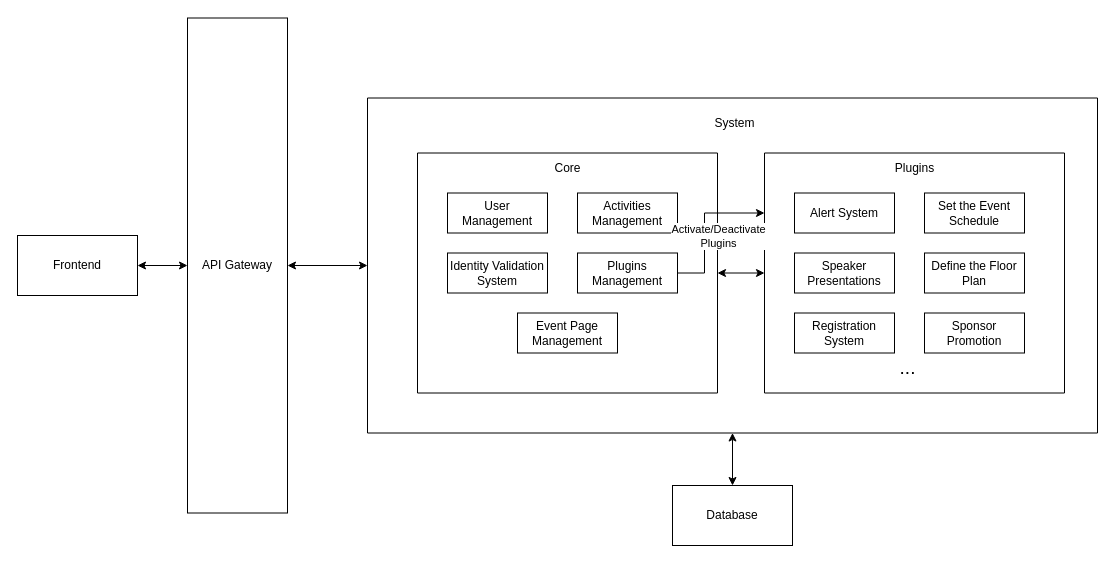
The draw.io diagram page "Arquitetura" (2 of 2) of coffeeBreak.drawio in PI-coffeeBreak/diagrams, before the edit. Source tidied: cells renumbered, new cells numbered last; positions are measured from the earlier drawing's top-left corner, leaving out a move shared by most shapes. Both pictures are drawn from the tidied source at 100%, with x=0, y=0 at pixel (17, 17).
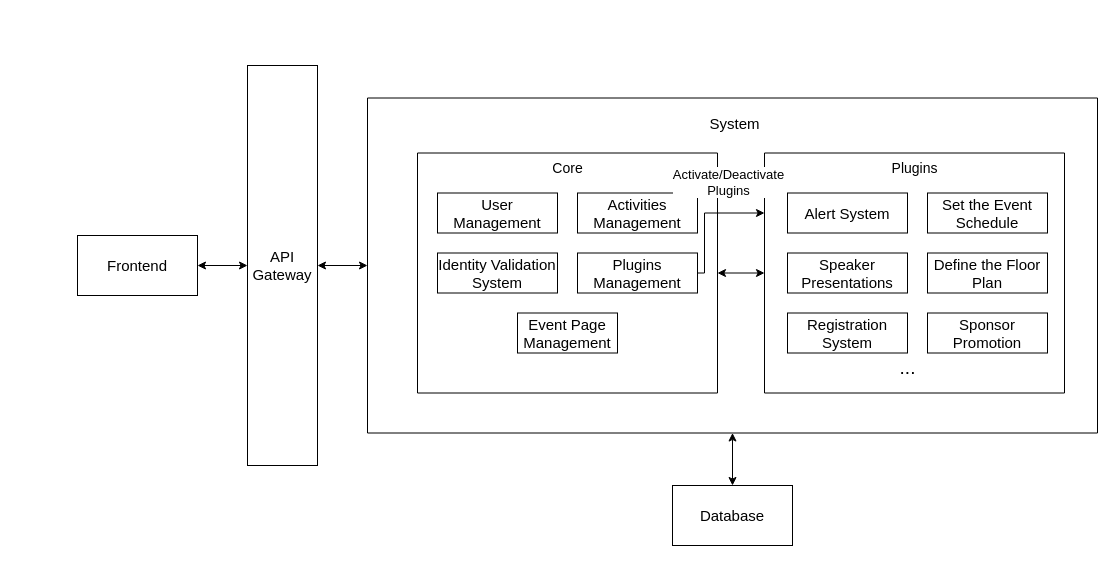
The same diagram, later.

Commit message:
Better readbility in architecture diagram.

The change refers to these unchanged cells:
```xml
<mxCell id="8" style="swimlane;startSize=0;" parent="1" vertex="1">
  <mxGeometry x="350" y="80.5" width="730" height="335" as="geometry" />
</mxCell>
<mxCell id="11" style="swimlane;startSize=0;" parent="8" vertex="1">
  <mxGeometry x="50" y="55" width="300" height="240" as="geometry" />
</mxCell>
<mxCell id="18" style="swimlane;startSize=0;" parent="8" vertex="1">
  <mxGeometry x="397" y="55" width="300" height="240" as="geometry" />
</mxCell>
<mxCell id="26" style="edgeStyle=orthogonalEdgeStyle;rounded=0;jettySize=auto;html=1;exitX=1;exitY=0.5;exitDx=0;exitDy=0;entryX=0;entryY=0.25;entryDx=0;entryDy=0;" parent="8" edge="1" source="16" target="18">
  <mxGeometry relative="1" as="geometry">
    <Array as="points">
      <mxPoint x="337" y="175" />
      <mxPoint x="337" y="115" />
    </Array>
  </mxGeometry>
</mxCell>
```

The edit, as a diff of the source:
```diff
@@
-    <mxCell id="3" value="Frontend" style="rounded=0;whiteSpace=wrap;html=1;" parent="1" vertex="1">
-      <mxGeometry y="218" width="120" height="60" as="geometry" />
+    <mxCell id="3" value="&lt;font style=&quot;font-size: 15px;&quot;&gt;Frontend&lt;/font&gt;" style="rounded=0;whiteSpace=wrap;html=1;" parent="1" vertex="1">
+      <mxGeometry x="60" y="218" width="120" height="60" as="geometry" />
     </mxCell>
@@
-    <mxCell id="5" value="API Gateway" style="rounded=0;whiteSpace=wrap;html=1;" parent="1" vertex="1">
-      <mxGeometry x="170" y="0.5" width="100" height="495" as="geometry" />
+    <mxCell id="5" value="&lt;font style=&quot;font-size: 15px;&quot;&gt;API Gateway&lt;/font&gt;" style="rounded=0;whiteSpace=wrap;html=1;" parent="1" vertex="1">
+      <mxGeometry x="230" y="48" width="70" height="400" as="geometry" />
     </mxCell>
-    <mxCell id="6" value="Database" style="rounded=0;whiteSpace=wrap;html=1;" parent="1" vertex="1">
+    <mxCell id="6" value="&lt;font style=&quot;font-size: 15px;&quot;&gt;Database&lt;/font&gt;" style="rounded=0;whiteSpace=wrap;html=1;" parent="1" vertex="1">
       <mxGeometry x="655" y="468" width="120" height="60" as="geometry" />
     </mxCell>
@@
-    <mxCell id="9" value="System" style="text;html=1;align=center;verticalAlign=middle;strokeColor=none;fillColor=none;" parent="8" vertex="1">
-      <mxGeometry x="337" y="10" width="60" height="30" as="geometry" />
+    <mxCell id="9" value="&lt;font style=&quot;font-size: 15px;&quot;&gt;System&lt;/font&gt;" style="text;html=1;align=center;verticalAlign=middle;strokeColor=none;fillColor=none;" parent="8" vertex="1">
+      <mxGeometry x="332" y="10" width="70" height="30" as="geometry" />
     </mxCell>
@@
-    <mxCell id="12" value="Core" style="text;html=1;align=center;verticalAlign=middle;strokeColor=none;fillColor=none;" parent="11" vertex="1">
+    <mxCell id="12" value="&lt;font style=&quot;font-size: 14px;&quot;&gt;Core&lt;/font&gt;" style="text;html=1;align=center;verticalAlign=middle;strokeColor=none;fillColor=none;" parent="11" vertex="1">
       <mxGeometry x="125" width="50" height="30" as="geometry" />
     </mxCell>
-    <mxCell id="13" value="User Management" style="whiteSpace=wrap;html=1;" parent="11" vertex="1">
-      <mxGeometry x="30" y="40" width="100" height="40" as="geometry" />
+    <mxCell id="13" value="&lt;font style=&quot;font-size: 15px;&quot;&gt;User Management&lt;/font&gt;" style="whiteSpace=wrap;html=1;" parent="11" vertex="1">
+      <mxGeometry x="20" y="40" width="120" height="40" as="geometry" />
     </mxCell>
-    <mxCell id="14" value="Activities Management" style="whiteSpace=wrap;html=1;" parent="11" vertex="1">
-      <mxGeometry x="160" y="40" width="100" height="40" as="geometry" />
+    <mxCell id="14" value="&lt;font style=&quot;font-size: 15px;&quot;&gt;Activities Management&lt;/font&gt;" style="whiteSpace=wrap;html=1;" parent="11" vertex="1">
+      <mxGeometry x="160" y="40" width="120" height="40" as="geometry" />
     </mxCell>
-    <mxCell id="15" value="Identity Validation System" style="whiteSpace=wrap;html=1;" parent="11" vertex="1">
-      <mxGeometry x="30" y="100" width="100" height="40" as="geometry" />
+    <mxCell id="15" value="&lt;font style=&quot;font-size: 15px;&quot;&gt;Identity Validation System&lt;/font&gt;" style="whiteSpace=wrap;html=1;" parent="11" vertex="1">
+      <mxGeometry x="20" y="100" width="120" height="40" as="geometry" />
     </mxCell>
-    <mxCell id="16" value="Plugins Management" style="whiteSpace=wrap;html=1;" parent="11" vertex="1">
-      <mxGeometry x="160" y="100" width="100" height="40" as="geometry" />
+    <mxCell id="16" value="&lt;font style=&quot;font-size: 15px;&quot;&gt;Plugins Management&lt;/font&gt;" style="whiteSpace=wrap;html=1;" parent="11" vertex="1">
+      <mxGeometry x="160" y="100" width="120" height="40" as="geometry" />
     </mxCell>
-    <mxCell id="17" value="Event Page Management" style="whiteSpace=wrap;html=1;" parent="11" vertex="1">
+    <mxCell id="17" value="&lt;font style=&quot;font-size: 15px;&quot;&gt;Event Page Management&lt;/font&gt;" style="whiteSpace=wrap;html=1;" parent="11" vertex="1">
       <mxGeometry x="100" y="160" width="100" height="40" as="geometry" />
     </mxCell>
@@
-    <mxCell id="19" value="Plugins" style="text;html=1;align=center;verticalAlign=middle;strokeColor=none;fillColor=none;" parent="18" vertex="1">
-      <mxGeometry x="120" width="60" height="30" as="geometry" />
+    <mxCell id="19" value="&lt;font style=&quot;font-size: 14px;&quot;&gt;Plugins&lt;/font&gt;" style="text;html=1;align=center;verticalAlign=middle;strokeColor=none;fillColor=none;" parent="18" vertex="1">
+      <mxGeometry x="115" width="70" height="30" as="geometry" />
     </mxCell>
-    <mxCell id="20" value="Alert System" style="whiteSpace=wrap;html=1;" parent="18" vertex="1">
-      <mxGeometry x="30" y="40" width="100" height="40" as="geometry" />
+    <mxCell id="20" value="&lt;font style=&quot;font-size: 15px;&quot;&gt;Alert System&lt;/font&gt;" style="whiteSpace=wrap;html=1;" parent="18" vertex="1">
+      <mxGeometry x="23" y="40" width="120" height="40" as="geometry" />
     </mxCell>
-    <mxCell id="21" value="Set the Event Schedule" style="whiteSpace=wrap;html=1;" parent="18" vertex="1">
-      <mxGeometry x="160" y="40" width="100" height="40" as="geometry" />
+    <mxCell id="21" value="&lt;font style=&quot;font-size: 15px;&quot;&gt;Set the Event Schedule&lt;/font&gt;" style="whiteSpace=wrap;html=1;" parent="18" vertex="1">
+      <mxGeometry x="163" y="40" width="120" height="40" as="geometry" />
     </mxCell>
-    <mxCell id="22" value="Speaker Presentations" style="whiteSpace=wrap;html=1;" parent="18" vertex="1">
-      <mxGeometry x="30" y="100" width="100" height="40" as="geometry" />
+    <mxCell id="22" value="&lt;font style=&quot;font-size: 15px;&quot;&gt;Speaker Presentations&lt;/font&gt;" style="whiteSpace=wrap;html=1;" parent="18" vertex="1">
+      <mxGeometry x="23" y="100" width="120" height="40" as="geometry" />
     </mxCell>
-    <mxCell id="23" value="Define the Floor Plan" style="whiteSpace=wrap;html=1;" parent="18" vertex="1">
-      <mxGeometry x="160" y="100" width="100" height="40" as="geometry" />
+    <mxCell id="23" value="&lt;font style=&quot;font-size: 15px;&quot;&gt;Define the Floor Plan&lt;/font&gt;" style="whiteSpace=wrap;html=1;" parent="18" vertex="1">
+      <mxGeometry x="163" y="100" width="120" height="40" as="geometry" />
     </mxCell>
-    <mxCell id="24" value="Registration System" style="whiteSpace=wrap;html=1;" parent="18" vertex="1">
-      <mxGeometry x="30" y="160" width="100" height="40" as="geometry" />
+    <mxCell id="24" value="&lt;font style=&quot;font-size: 15px;&quot;&gt;Registration System&lt;/font&gt;" style="whiteSpace=wrap;html=1;" parent="18" vertex="1">
+      <mxGeometry x="23" y="160" width="120" height="40" as="geometry" />
     </mxCell>
-    <mxCell id="25" value="Sponsor Promotion" style="whiteSpace=wrap;html=1;" parent="18" vertex="1">
-      <mxGeometry x="160" y="160" width="100" height="40" as="geometry" />
+    <mxCell id="25" value="&lt;font style=&quot;font-size: 15px;&quot;&gt;Sponsor Promotion&lt;/font&gt;" style="whiteSpace=wrap;html=1;" parent="18" vertex="1">
+      <mxGeometry x="163" y="160" width="120" height="40" as="geometry" />
     </mxCell>
@@
-    <mxCell id="27" value="Activate/Deactivate&lt;div&gt;Plugins&lt;/div&gt;" style="edgeLabel;html=1;align=center;verticalAlign=middle;" parent="26" vertex="1">
+    <mxCell id="27" value="&lt;font style=&quot;font-size: 13px;&quot;&gt;Activate/Deactivate&lt;/font&gt;&lt;div&gt;&lt;font style=&quot;font-size: 13px;&quot;&gt;Plugins&lt;/font&gt;&lt;/div&gt;" style="edgeLabel;html=1;align=center;verticalAlign=middle;" parent="26" vertex="1">
       <mxGeometry x="-0.03" y="-2" relative="1" as="geometry">
-        <mxPoint x="11" y="7" as="offset" />
+        <mxPoint x="21" y="-36" as="offset" />
       </mxGeometry>
     </mxCell>
```
